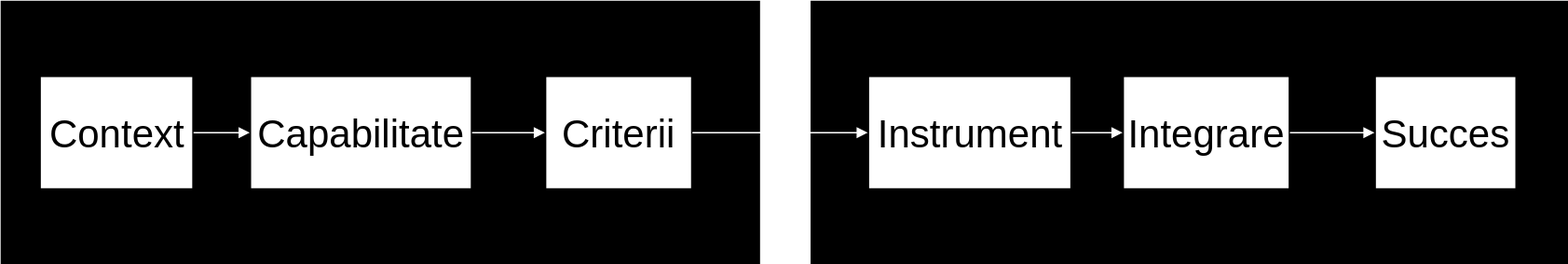
CozminaSecula/01-fundamente-si-riscuri keeps this draw.io diagram as assets/imagini/8_diagrame.svg. Above is the earlier version. Source tidied: cells renumbered, new cells last; positions are measured from the earlier drawing's top-left corner, leaving out a move shared by most shapes.
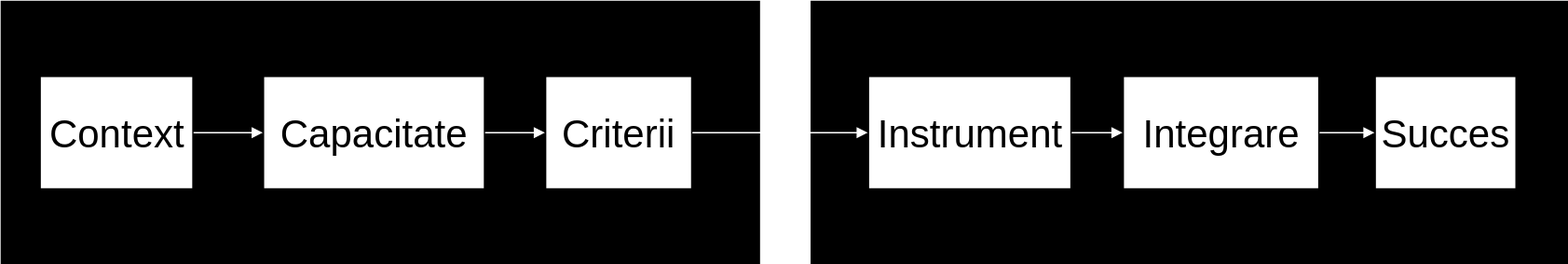
Later version of the same file.

Commit message:
Implement feature X to enhance user experience and optimize performance

Diff of the diagram source:
```diff
@@ -14,8 +14,8 @@
     <mxCell id="5" value="Context" style="whiteSpace=wrap;strokeWidth=2;fontSize=30;" parent="2" vertex="1">
       <mxGeometry x="28.8" y="56.5" width="118.1" height="87.1" as="geometry" />
     </mxCell>
-    <mxCell id="6" value="Capabilitate" style="whiteSpace=wrap;strokeWidth=2;fontSize=30;" parent="2" vertex="1">
-      <mxGeometry x="190" y="56.5" width="170.4" height="87.1" as="geometry" />
+    <mxCell id="6" value="Capacitate" style="whiteSpace=wrap;strokeWidth=2;fontSize=30;" parent="2" vertex="1">
+      <mxGeometry x="200" y="56.5" width="170.4" height="87.1" as="geometry" />
     </mxCell>
     <mxCell id="7" value="Criterii" style="whiteSpace=wrap;strokeWidth=2;fontSize=30;" parent="2" vertex="1">
       <mxGeometry x="416.3" y="56.5" width="113" height="87.1" as="geometry" />
@@ -24,7 +24,7 @@
       <mxGeometry x="663.8" y="56.5" width="156.2" height="87.1" as="geometry" />
     </mxCell>
     <mxCell id="9" value="Integrare" style="whiteSpace=wrap;strokeWidth=2;fontSize=30;" parent="2" vertex="1">
-      <mxGeometry x="859.1" y="56.5" width="128.2" height="87.1" as="geometry" />
+      <mxGeometry x="859.1" y="56.5" width="150.9" height="87.1" as="geometry" />
     </mxCell>
     <mxCell id="10" value="Succes" style="whiteSpace=wrap;strokeWidth=2;fontSize=30;" parent="2" vertex="1">
       <mxGeometry x="1052.2" y="56.5" width="108.9" height="87.1" as="geometry" />
```
